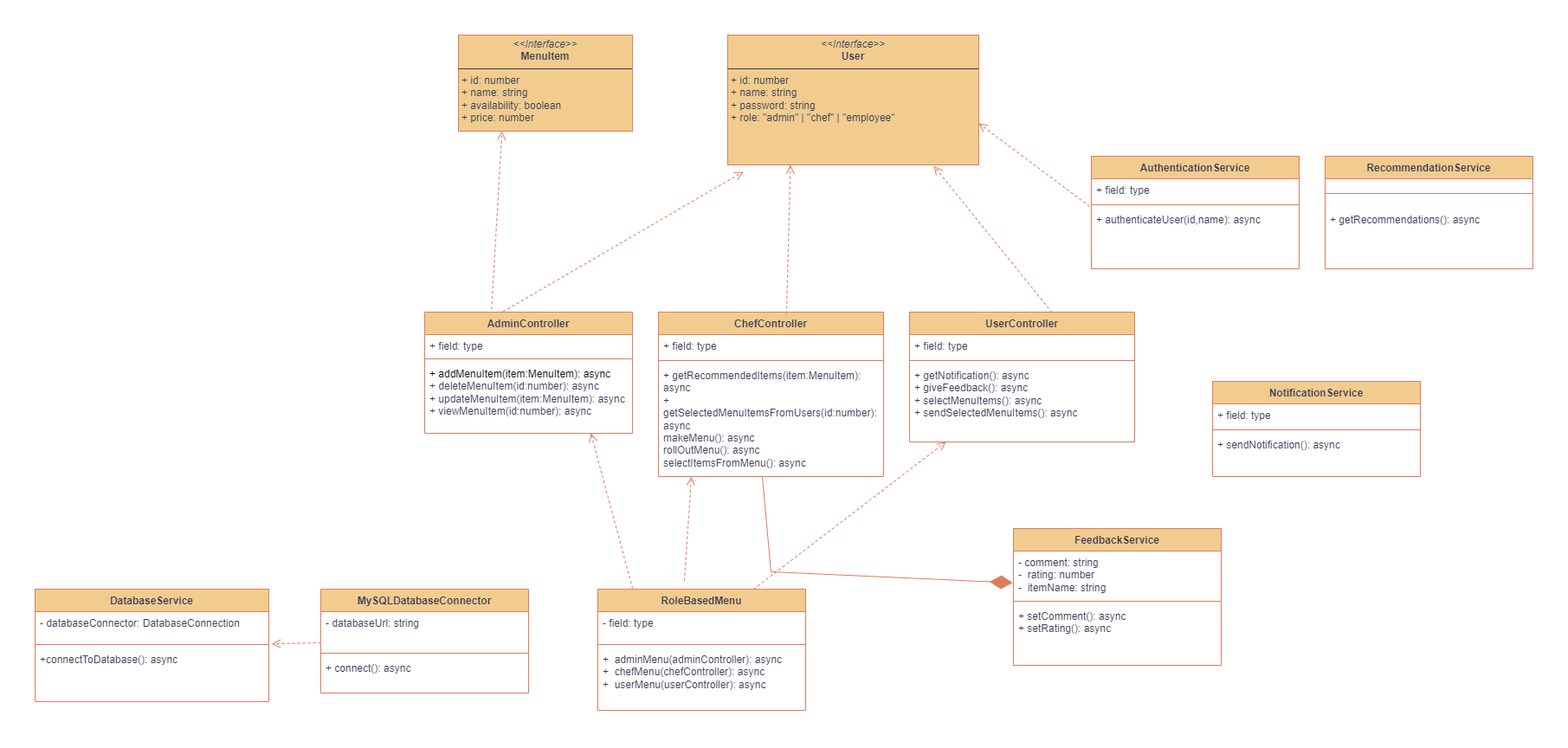
Above: UML Diagrams/ClassDiagram.png in kushrwt1/Cafeteria-Recommendation-Engine (draw.io), before the change. Source tidied: cells renumbered, new cells last; positions are measured from the earlier drawing's top-left corner, leaving out a move shared by most shapes.
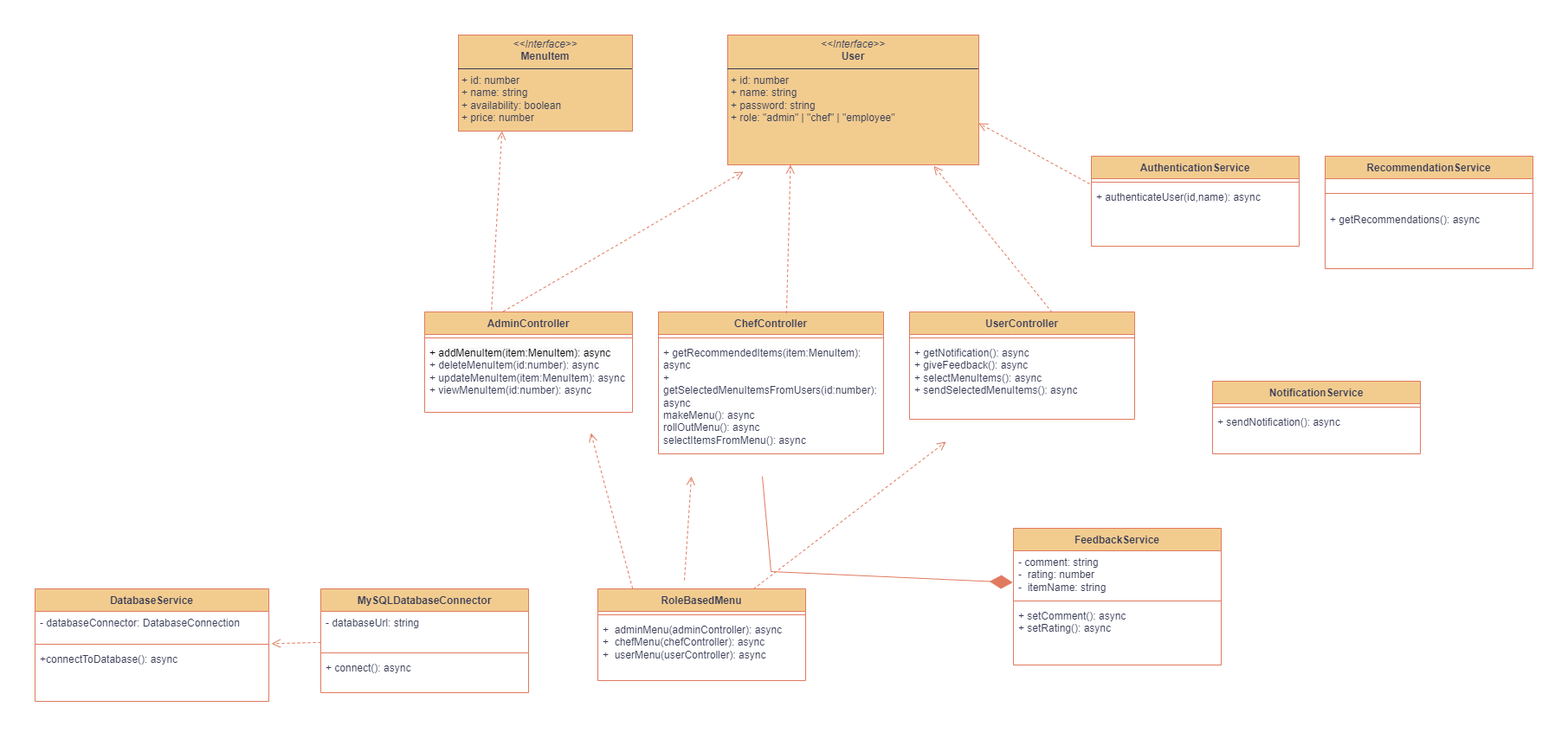
After the commit.

Change to the diagram source:
```diff
@@ -6,40 +6,31 @@
       <mxGeometry x="800" width="290" height="150" as="geometry" />
     </mxCell>
     <mxCell id="3" value="AdminController" style="swimlane;fontStyle=1;align=center;verticalAlign=top;horizontal=1;startSize=26;whiteSpace=wrap;html=1;labelBackgroundColor=none;fillColor=#F2CC8F;strokeColor=#E07A5F;fontColor=#393C56;" parent="1" vertex="1">
-      <mxGeometry x="450" y="320" width="240" height="140" as="geometry" />
+      <mxGeometry x="450" y="320" width="240" height="116" as="geometry" />
     </mxCell>
-    <mxCell id="4" value="+ field: type" style="text;strokeColor=none;fillColor=none;align=left;verticalAlign=top;spacingLeft=4;spacingRight=4;overflow=hidden;whiteSpace=wrap;html=1;labelBackgroundColor=none;fontColor=#393C56;" parent="3" vertex="1">
-      <mxGeometry y="26" width="240" height="24" as="geometry" />
-    </mxCell>
     <mxCell id="5" style="line;strokeWidth=1;fillColor=none;align=left;verticalAlign=middle;spacingTop=-1;spacingLeft=3;spacingRight=3;labelPosition=right;labelBackgroundColor=none;strokeColor=#E07A5F;fontColor=#393C56;" parent="3" vertex="1">
-      <mxGeometry y="50" width="240" height="8" as="geometry" />
+      <mxGeometry y="26" width="240" height="8" as="geometry" />
     </mxCell>
     <mxCell id="6" value="&lt;span style=&quot;color: rgb(0, 0, 0); font-family: Helvetica; font-size: 12px; font-style: normal; font-variant-ligatures: normal; font-variant-caps: normal; font-weight: 400; letter-spacing: normal; orphans: 2; text-align: left; text-indent: 0px; text-transform: none; widows: 2; word-spacing: 0px; -webkit-text-stroke-width: 0px; white-space: normal; background-color: rgb(251, 251, 251); text-decoration-thickness: initial; text-decoration-style: initial; text-decoration-color: initial; display: inline !important; float: none;&quot;&gt;+ addMenuItem(item:MenuItem): async&lt;/span&gt;&lt;div&gt;+ deleteMenuItem(id:number): async&lt;div&gt;+ updateMenuItem(item:MenuItem): async&lt;div&gt;+ viewMenuItem(id:number): async&lt;div&gt;&lt;br&gt;&lt;/div&gt;&lt;/div&gt;&lt;/div&gt;&lt;/div&gt;" style="text;strokeColor=none;fillColor=none;align=left;verticalAlign=top;spacingLeft=4;spacingRight=4;overflow=hidden;whiteSpace=wrap;html=1;labelBackgroundColor=none;fontColor=#393C56;" parent="3" vertex="1">
-      <mxGeometry y="58" width="240" height="82" as="geometry" />
+      <mxGeometry y="34" width="240" height="82" as="geometry" />
     </mxCell>
     <mxCell id="7" value="ChefController" style="swimlane;fontStyle=1;align=center;verticalAlign=top;horizontal=1;startSize=26;whiteSpace=wrap;html=1;labelBackgroundColor=none;fillColor=#F2CC8F;strokeColor=#E07A5F;fontColor=#393C56;" parent="1" vertex="1">
-      <mxGeometry x="720" y="320" width="260" height="190" as="geometry" />
+      <mxGeometry x="720" y="320" width="260" height="164" as="geometry" />
     </mxCell>
-    <mxCell id="8" value="+ field: type" style="text;strokeColor=none;fillColor=none;align=left;verticalAlign=top;spacingLeft=4;spacingRight=4;overflow=hidden;whiteSpace=wrap;html=1;labelBackgroundColor=none;fontColor=#393C56;" parent="7" vertex="1">
-      <mxGeometry y="26" width="260" height="26" as="geometry" />
-    </mxCell>
     <mxCell id="9" style="line;strokeWidth=1;fillColor=none;align=left;verticalAlign=middle;spacingTop=-1;spacingLeft=3;spacingRight=3;labelPosition=right;labelBackgroundColor=none;strokeColor=#E07A5F;fontColor=#393C56;" parent="7" vertex="1">
-      <mxGeometry y="52" width="260" height="8" as="geometry" />
+      <mxGeometry y="26" width="260" height="8" as="geometry" />
     </mxCell>
     <mxCell id="10" value="+ getRecommendedItems(item:MenuItem): async&lt;div&gt;+ getSelectedMenuItemsFromUsers(id:number): async&lt;/div&gt;&lt;div&gt;makeMenu(): async&lt;/div&gt;&lt;div&gt;rollOutMenu(): async&lt;/div&gt;&lt;div&gt;selectItemsFromMenu(): async&lt;/div&gt;&lt;div&gt;&lt;br&gt;&lt;/div&gt;" style="text;strokeColor=none;fillColor=none;align=left;verticalAlign=top;spacingLeft=4;spacingRight=4;overflow=hidden;whiteSpace=wrap;html=1;labelBackgroundColor=none;fontColor=#393C56;" parent="7" vertex="1">
-      <mxGeometry y="60" width="260" height="130" as="geometry" />
+      <mxGeometry y="34" width="260" height="130" as="geometry" />
     </mxCell>
     <mxCell id="11" value="UserController" style="swimlane;fontStyle=1;align=center;verticalAlign=top;horizontal=1;startSize=26;whiteSpace=wrap;html=1;labelBackgroundColor=none;fillColor=#F2CC8F;strokeColor=#E07A5F;fontColor=#393C56;" parent="1" vertex="1">
-      <mxGeometry x="1010" y="320" width="260" height="150" as="geometry" />
+      <mxGeometry x="1010" y="320" width="260" height="124" as="geometry" />
     </mxCell>
-    <mxCell id="12" value="+ field: type" style="text;strokeColor=none;fillColor=none;align=left;verticalAlign=top;spacingLeft=4;spacingRight=4;overflow=hidden;whiteSpace=wrap;html=1;labelBackgroundColor=none;fontColor=#393C56;" parent="11" vertex="1">
-      <mxGeometry y="26" width="260" height="26" as="geometry" />
-    </mxCell>
     <mxCell id="13" style="line;strokeWidth=1;fillColor=none;align=left;verticalAlign=middle;spacingTop=-1;spacingLeft=3;spacingRight=3;labelPosition=right;labelBackgroundColor=none;strokeColor=#E07A5F;fontColor=#393C56;" parent="11" vertex="1">
-      <mxGeometry y="52" width="260" height="8" as="geometry" />
+      <mxGeometry y="26" width="260" height="8" as="geometry" />
     </mxCell>
     <mxCell id="14" value="+ getNotification(): async&lt;div&gt;+ giveFeedback(): async&lt;/div&gt;&lt;div&gt;+ selectMenuItems(): async&lt;/div&gt;&lt;div&gt;+ sendSelectedMenuItems(): async&lt;br&gt;&lt;div&gt;&lt;br&gt;&lt;/div&gt;&lt;div&gt;&lt;br&gt;&lt;/div&gt;&lt;div&gt;&lt;br&gt;&lt;/div&gt;&lt;/div&gt;" style="text;strokeColor=none;fillColor=none;align=left;verticalAlign=top;spacingLeft=4;spacingRight=4;overflow=hidden;whiteSpace=wrap;html=1;labelBackgroundColor=none;fontColor=#393C56;" parent="11" vertex="1">
-      <mxGeometry y="60" width="260" height="90" as="geometry" />
+      <mxGeometry y="34" width="260" height="90" as="geometry" />
     </mxCell>
     <mxCell id="15" value="&lt;p style=&quot;margin:0px;margin-top:4px;text-align:center;&quot;&gt;&lt;i&gt;&amp;lt;&amp;lt;Interface&amp;gt;&amp;gt;&lt;/i&gt;&lt;br&gt;&lt;b&gt;MenuItem&lt;/b&gt;&lt;/p&gt;&lt;hr size=&quot;1&quot; style=&quot;border-style:solid;&quot;&gt;&lt;p style=&quot;margin:0px;margin-left:4px;&quot;&gt;+ id: number&lt;br&gt;+ name: string&lt;/p&gt;&lt;p style=&quot;margin:0px;margin-left:4px;&quot;&gt;+ availability: boolean&lt;br&gt;&lt;/p&gt;&lt;p style=&quot;margin:0px;margin-left:4px;&quot;&gt;+ price: number&lt;/p&gt;" style="verticalAlign=top;align=left;overflow=fill;html=1;whiteSpace=wrap;rotation=0;labelBackgroundColor=none;fillColor=#F2CC8F;strokeColor=#E07A5F;fontColor=#393C56;" parent="1" vertex="1">
       <mxGeometry x="489" width="201" height="111" as="geometry" />
@@ -65,16 +56,13 @@
       </mxGeometry>
     </mxCell>
     <mxCell id="20" value="AuthenticationService" style="swimlane;fontStyle=1;align=center;verticalAlign=top;horizontal=1;startSize=26;whiteSpace=wrap;html=1;labelBackgroundColor=none;fillColor=#F2CC8F;strokeColor=#E07A5F;fontColor=#393C56;" parent="1" vertex="1">
-      <mxGeometry x="1220" y="140" width="240" height="130" as="geometry" />
+      <mxGeometry x="1220" y="140" width="240" height="104" as="geometry" />
     </mxCell>
-    <mxCell id="21" value="+ field: type" style="text;strokeColor=none;fillColor=none;align=left;verticalAlign=top;spacingLeft=4;spacingRight=4;overflow=hidden;whiteSpace=wrap;html=1;labelBackgroundColor=none;fontColor=#393C56;" parent="20" vertex="1">
-      <mxGeometry y="26" width="240" height="26" as="geometry" />
-    </mxCell>
     <mxCell id="22" style="line;strokeWidth=1;fillColor=none;align=left;verticalAlign=middle;spacingTop=-1;spacingLeft=3;spacingRight=3;labelPosition=right;labelBackgroundColor=none;strokeColor=#E07A5F;fontColor=#393C56;" parent="20" vertex="1">
-      <mxGeometry y="52" width="240" height="8" as="geometry" />
+      <mxGeometry y="26" width="240" height="8" as="geometry" />
     </mxCell>
     <mxCell id="23" value="+ authenticateUser(id,name): async&lt;div&gt;&lt;br&gt;&lt;/div&gt;" style="text;strokeColor=none;fillColor=none;align=left;verticalAlign=top;spacingLeft=4;spacingRight=4;overflow=hidden;points=[[0,0.5],[1,0.5]];portConstraint=eastwest;whiteSpace=wrap;html=1;labelBackgroundColor=none;fontColor=#393C56;" parent="20" vertex="1">
-      <mxGeometry y="60" width="240" height="70" as="geometry" />
+      <mxGeometry y="34" width="240" height="70" as="geometry" />
     </mxCell>
     <mxCell id="24" style="html=1;verticalAlign=bottom;endArrow=open;dashed=1;endSize=8;curved=0;rounded=0;exitX=-0.008;exitY=-0.029;exitDx=0;exitDy=0;exitPerimeter=0;entryX=1;entryY=0.68;entryDx=0;entryDy=0;entryPerimeter=0;labelBackgroundColor=none;fontColor=default;strokeColor=#E07A5F;" parent="1" edge="1" source="23" target="2">
       <mxGeometry x="0.05" y="5" relative="1" as="geometry">
@@ -140,16 +128,13 @@
       </mxGeometry>
     </mxCell>
     <mxCell id="42" value="RoleBasedMenu" style="swimlane;fontStyle=1;align=center;verticalAlign=top;horizontal=1;startSize=26;whiteSpace=wrap;html=1;labelBackgroundColor=none;fillColor=#F2CC8F;strokeColor=#E07A5F;fontColor=#393C56;" parent="1" vertex="1">
-      <mxGeometry x="650" y="640" width="240" height="140" as="geometry" />
+      <mxGeometry x="650" y="640" width="240" height="106" as="geometry" />
     </mxCell>
-    <mxCell id="43" value="- field: type" style="text;strokeColor=none;fillColor=none;align=left;verticalAlign=top;spacingLeft=4;spacingRight=4;overflow=hidden;whiteSpace=wrap;html=1;labelBackgroundColor=none;fontColor=#393C56;" parent="42" vertex="1">
-      <mxGeometry y="26" width="240" height="34" as="geometry" />
-    </mxCell>
     <mxCell id="44" style="line;strokeWidth=1;fillColor=none;align=left;verticalAlign=middle;spacingTop=-1;spacingLeft=3;spacingRight=3;labelPosition=right;labelBackgroundColor=none;strokeColor=#E07A5F;fontColor=#393C56;" parent="42" vertex="1">
-      <mxGeometry y="60" width="240" height="8" as="geometry" />
+      <mxGeometry y="26" width="240" height="8" as="geometry" />
     </mxCell>
     <mxCell id="45" value="&lt;div&gt;&lt;div&gt;+&amp;nbsp; adminMenu(adminController): async&lt;/div&gt;&lt;/div&gt;&lt;div&gt;+&amp;nbsp; chefMenu(chefController): async&lt;/div&gt;&lt;div&gt;+&amp;nbsp; userMenu(userController): async&lt;/div&gt;&lt;div&gt;&lt;br&gt;&lt;/div&gt;" style="text;strokeColor=none;fillColor=none;align=left;verticalAlign=top;spacingLeft=4;spacingRight=4;overflow=hidden;whiteSpace=wrap;html=1;labelBackgroundColor=none;fontColor=#393C56;" parent="42" vertex="1">
-      <mxGeometry y="68" width="240" height="72" as="geometry" />
+      <mxGeometry y="34" width="240" height="72" as="geometry" />
     </mxCell>
     <mxCell id="46" style="html=1;verticalAlign=bottom;endArrow=open;dashed=1;endSize=8;curved=0;rounded=0;exitX=0.75;exitY=0;exitDx=0;exitDy=0;entryX=0.25;entryY=1;entryDx=0;entryDy=0;labelBackgroundColor=none;fontColor=default;strokeColor=#E07A5F;" parent="1" edge="1" source="42">
       <mxGeometry x="0.05" y="5" relative="1" as="geometry">
@@ -171,16 +156,13 @@
       </mxGeometry>
     </mxCell>
     <mxCell id="49" value="NotificationService" style="swimlane;fontStyle=1;align=center;verticalAlign=top;horizontal=1;startSize=26;whiteSpace=wrap;html=1;labelBackgroundColor=none;fillColor=#F2CC8F;strokeColor=#E07A5F;fontColor=#393C56;" parent="1" vertex="1">
-      <mxGeometry x="1360" y="400" width="240" height="110" as="geometry" />
+      <mxGeometry x="1360" y="400" width="240" height="84" as="geometry" />
     </mxCell>
-    <mxCell id="50" value="+ field: type" style="text;strokeColor=none;fillColor=none;align=left;verticalAlign=top;spacingLeft=4;spacingRight=4;overflow=hidden;whiteSpace=wrap;html=1;labelBackgroundColor=none;fontColor=#393C56;" parent="49" vertex="1">
-      <mxGeometry y="26" width="240" height="26" as="geometry" />
-    </mxCell>
     <mxCell id="51" style="line;strokeWidth=1;fillColor=none;align=left;verticalAlign=middle;spacingTop=-1;spacingLeft=3;spacingRight=3;labelPosition=right;labelBackgroundColor=none;strokeColor=#E07A5F;fontColor=#393C56;" parent="49" vertex="1">
-      <mxGeometry y="52" width="240" height="8" as="geometry" />
+      <mxGeometry y="26" width="240" height="8" as="geometry" />
     </mxCell>
     <mxCell id="52" value="+ sendNotification(): async&lt;div&gt;&lt;br&gt;&lt;/div&gt;" style="text;strokeColor=none;fillColor=none;align=left;verticalAlign=top;spacingLeft=4;spacingRight=4;overflow=hidden;whiteSpace=wrap;html=1;labelBackgroundColor=none;fontColor=#393C56;" parent="49" vertex="1">
-      <mxGeometry y="60" width="240" height="50" as="geometry" />
+      <mxGeometry y="34" width="240" height="50" as="geometry" />
     </mxCell>
   </root>
 </mxGraphModel>
```
